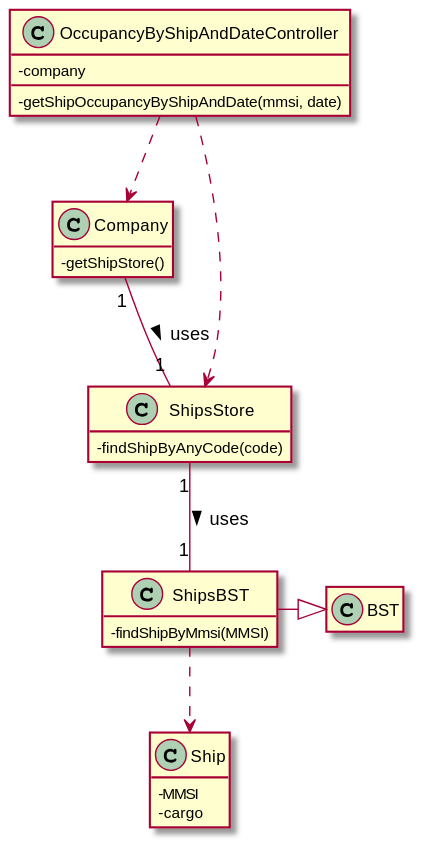
Before: docs/US209/US_209_CD.svg, a diagram exported from PlantUML (ana-albergaria/LAPR3-ISEP). The source it was exported from:
```plantuml
@startuml

hide empty methods
hide empty attributes
skinparam classAttributeIconSize 0

class OccupancyByShipAndDateController{
- company
- getShipOccupancyByShipAndDate(mmsi, date)
}

class Company{
- getShipStore()
}

class ShipsStore{
- findShipByAnyCode(code)
}

class ShipsBST{
- findShipByMmsi(MMSI)
}

class BST{}

class Ship {
- MMSI
- cargo
}

OccupancyByShipAndDateController ..> Company
OccupancyByShipAndDateController ..> ShipsStore
Company "1" -- "1" ShipsStore : uses >
ShipsStore "1" -- "1" ShipsBST : uses >
ShipsBST ..> Ship
ShipsBST -|> BST

@enduml
```
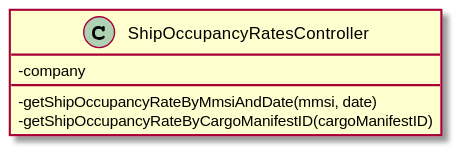
After the commit.

The edit, as a diff of the source:
```diff
@@ -4,35 +4,16 @@
 hide empty attributes
 skinparam classAttributeIconSize 0
 
-class OccupancyByShipAndDateController{
+class ShipOccupancyRatesController{
 - company
-- getShipOccupancyByShipAndDate(mmsi, date)
+- getShipOccupancyRateByMmsiAndDate(mmsi, date)
+- getShipOccupancyRateByCargoManifestID(cargoManifestID)
 }
 
-class Company{
-- getShipStore()
-}
 
-class ShipsStore{
-- findShipByAnyCode(code)
-}
 
-class ShipsBST{
-- findShipByMmsi(MMSI)
-}
 
-class BST{}
 
-class Ship {
-- MMSI
-- cargo
-}
 
-OccupancyByShipAndDateController ..> Company
-OccupancyByShipAndDateController ..> ShipsStore
-Company "1" -- "1" ShipsStore : uses >
-ShipsStore "1" -- "1" ShipsBST : uses >
-ShipsBST ..> Ship
-ShipsBST -|> BST
 
 @enduml
```
